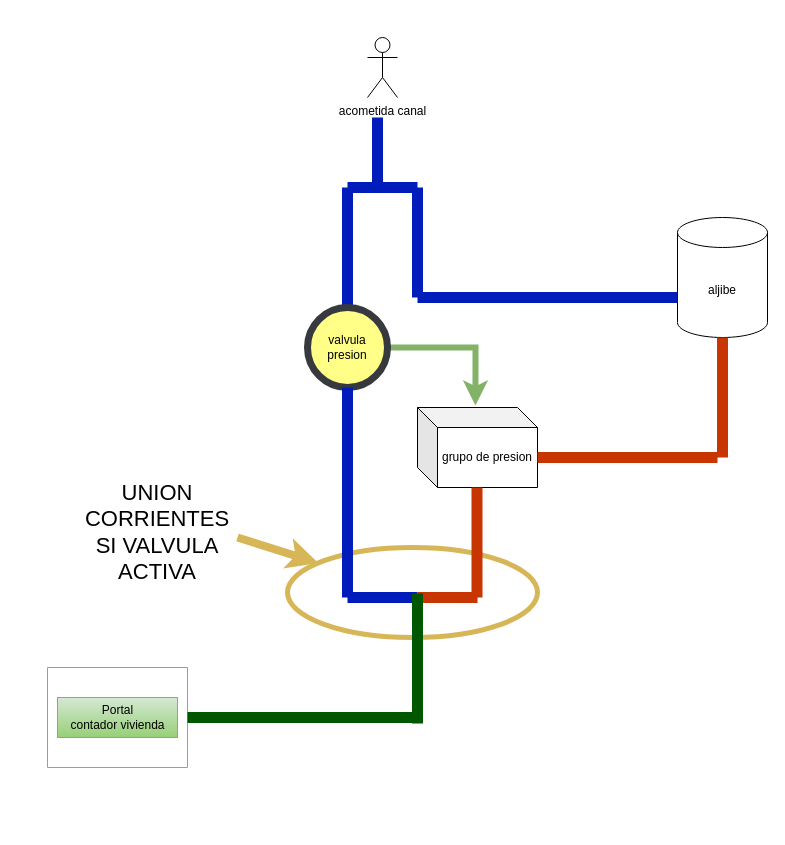
Above: Diagrama sin título.drawio in jeongon/graf.io (draw.io), before the change. Source tidied: cells renumbered, new cells numbered last; positions are measured from the earlier drawing's top-left corner, leaving out a move shared by most shapes. Both pictures are drawn from the tidied source at 100%, with x=0, y=0 at pixel (47, 37).
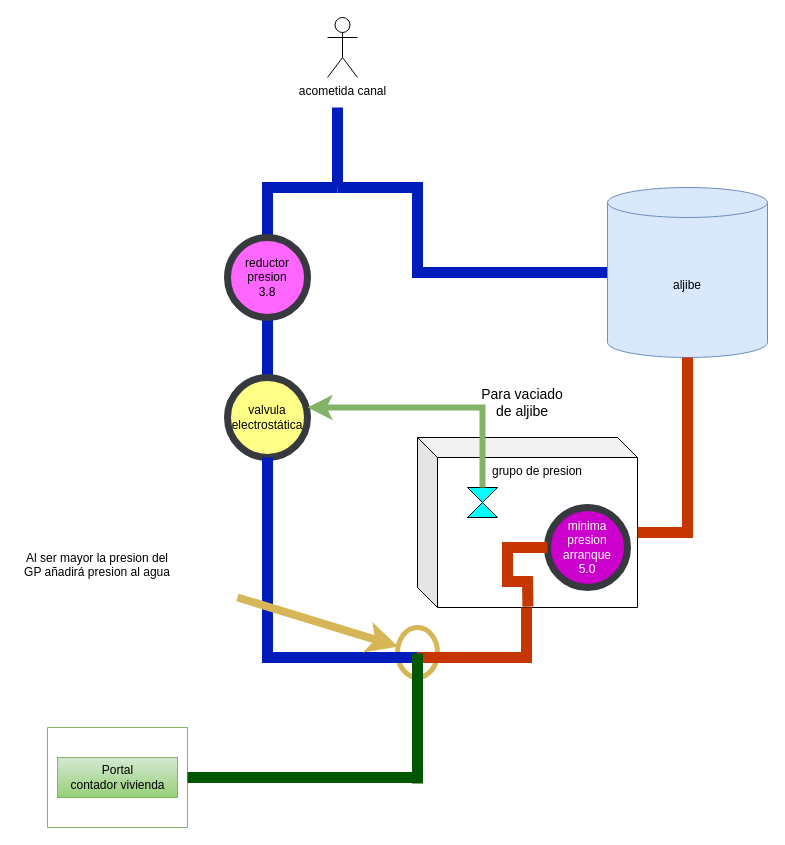
The same diagram, later.

Diff of the diagram source:
```diff
@@
     <mxCell id="2" style="ellipse;whiteSpace=wrap;html=1;fillColor=none;strokeColor=#d6b656;strokeWidth=5;gradientColor=#ffd966;" parent="1" vertex="1">
-      <mxGeometry x="240" y="510" width="250" height="90" as="geometry" />
+      <mxGeometry x="350" y="590" width="40" height="50" as="geometry" />
     </mxCell>
-    <mxCell id="3" style="endArrow=none;html=1;rounded=0;strokeWidth=11;fillColor=#0050ef;strokeColor=#001DBC;" parent="1" edge="1">
-      <mxGeometry relative="1" as="geometry">
-        <mxPoint x="330" y="150" as="sourcePoint" />
-        <mxPoint x="330" y="80" as="targetPoint" />
-      </mxGeometry>
+    <mxCell id="3" style="endArrow=none;html=1;rounded=0;strokeWidth=11;fillColor=#0050ef;strokeColor=#001DBC;exitX=0.5;exitY=0;exitDx=0;exitDy=0;entryX=0.5;entryY=1;entryDx=0;entryDy=0;" parent="1" edge="1" source="7" target="26">
+      <mxGeometry relative="1" as="geometry" />
     </mxCell>
-    <mxCell id="4" style="endArrow=none;html=1;rounded=0;strokeWidth=11;exitX=0.5;exitY=0;exitDx=0;exitDy=0;fillColor=#0050ef;strokeColor=#001DBC;targetPerimeterSpacing=11;" parent="1" edge="1" source="7">
+    <mxCell id="4" style="endArrow=none;html=1;rounded=0;strokeWidth=11;exitX=0.5;exitY=0;exitDx=0;exitDy=0;fillColor=#0050ef;strokeColor=#001DBC;targetPerimeterSpacing=11;" parent="1" edge="1" source="26">
       <mxGeometry relative="1" as="geometry">
-        <mxPoint x="300" y="150" as="targetPoint" />
+        <mxPoint x="290" y="150" as="targetPoint" />
+        <Array as="points">
+          <mxPoint x="220" y="150" />
+        </Array>
       </mxGeometry>
     </mxCell>
-    <mxCell id="5" style="endArrow=none;html=1;rounded=0;strokeWidth=11;fillColor=#0050ef;strokeColor=#001DBC;" parent="1" edge="1">
+    <mxCell id="5" style="endArrow=none;html=1;rounded=0;strokeWidth=11;fillColor=#0050ef;strokeColor=#001DBC;exitX=0;exitY=0.5;exitDx=0;exitDy=0;exitPerimeter=0;" parent="1" edge="1" source="8">
       <mxGeometry relative="1" as="geometry">
-        <mxPoint x="370" y="260" as="sourcePoint" />
-        <mxPoint x="370" y="150" as="targetPoint" />
+        <mxPoint x="290" y="150" as="targetPoint" />
+        <Array as="points">
+          <mxPoint x="370" y="235" />
+          <mxPoint x="370" y="150" />
+        </Array>
       </mxGeometry>
     </mxCell>
-    <mxCell id="6" style="edgeStyle=orthogonalEdgeStyle;rounded=0;jettySize=auto;html=1;entryX=0.483;entryY=-0.025;entryDx=0;entryDy=0;entryPerimeter=0;fillColor=#d5e8d4;strokeColor=#82b366;strokeWidth=6;" parent="1" edge="1" source="7" target="10">
-      <mxGeometry relative="1" as="geometry" />
-    </mxCell>
-    <mxCell id="7" value="valvula presion" style="ellipse;whiteSpace=wrap;html=1;fillColor=#ffff88;strokeColor=#36393d;strokeWidth=7;" parent="1" vertex="1">
-      <mxGeometry x="260" y="270" width="80" height="80" as="geometry" />
+    <mxCell id="7" value="valvula electrostática" style="ellipse;whiteSpace=wrap;html=1;fillColor=#ffff88;strokeColor=#36393d;strokeWidth=7;" parent="1" vertex="1">
+      <mxGeometry x="180" y="340" width="80" height="80" as="geometry" />
     </mxCell>
-    <mxCell id="8" value="aljibe" style="shape=cylinder3;whiteSpace=wrap;html=1;boundedLbl=1;backgroundOutline=1;size=15;" parent="1" vertex="1">
-      <mxGeometry x="630" y="180" width="90" height="120" as="geometry" />
+    <mxCell id="8" value="aljibe" style="shape=cylinder3;whiteSpace=wrap;html=1;boundedLbl=1;backgroundOutline=1;size=15;fillColor=#dae8fc;strokeColor=#6c8ebf;" parent="1" vertex="1">
+      <mxGeometry x="560" y="150" width="160" height="170" as="geometry" />
     </mxCell>
-    <mxCell id="9" style="endArrow=none;html=1;rounded=0;strokeWidth=11;fillColor=#0050ef;strokeColor=#001DBC;endSize=22;targetPerimeterSpacing=24;" parent="1" edge="1">
-      <mxGeometry relative="1" as="geometry">
-        <mxPoint x="630" y="260" as="sourcePoint" />
-        <mxPoint x="370" y="260" as="targetPoint" />
-      </mxGeometry>
-    </mxCell>
-    <mxCell id="10" value="grupo de presion" style="shape=cube;whiteSpace=wrap;html=1;boundedLbl=1;backgroundOutline=1;darkOpacity=0.05;darkOpacity2=0.1;" parent="1" vertex="1">
-      <mxGeometry x="370" y="370" width="120" height="80" as="geometry" />
+    <mxCell id="10" value="grupo de presion" style="shape=cube;whiteSpace=wrap;html=1;boundedLbl=1;backgroundOutline=1;darkOpacity=0.05;darkOpacity2=0.1;verticalAlign=top;" parent="1" vertex="1">
+      <mxGeometry x="370" y="400" width="220" height="170" as="geometry" />
     </mxCell>
     <mxCell id="11" value="acometida canal&lt;br&gt;" style="shape=umlActor;verticalLabelPosition=bottom;verticalAlign=top;html=1;" parent="1" vertex="1">
-      <mxGeometry x="320" width="30" height="60" as="geometry" />
+      <mxGeometry x="280" y="-20" width="30" height="60" as="geometry" />
     </mxCell>
-    <mxCell id="12" style="endArrow=none;html=1;rounded=0;strokeWidth=11;fillColor=#fa6800;strokeColor=#C73500;entryX=0;entryY=0;entryDx=120;entryDy=50;entryPerimeter=0;" parent="1" edge="1" target="10">
-      <mxGeometry relative="1" as="geometry">
-        <mxPoint x="670" y="420" as="sourcePoint" />
-      </mxGeometry>
-    </mxCell>
-    <mxCell id="13" style="endArrow=none;html=1;rounded=0;strokeWidth=11;fillColor=#fa6800;strokeColor=#C73500;entryX=0.5;entryY=1;entryDx=0;entryDy=0;entryPerimeter=0;" parent="1" edge="1" target="8">
+    <mxCell id="13" style="endArrow=none;html=1;rounded=0;strokeWidth=11;fillColor=#fa6800;strokeColor=#C73500;entryX=0.5;entryY=1;entryDx=0;entryDy=0;entryPerimeter=0;exitX=0;exitY=0;exitDx=220;exitDy=95;exitPerimeter=0;" parent="1" edge="1" source="10" target="8">
       <mxGeometry relative="1" as="geometry">
-        <mxPoint x="675" y="420" as="sourcePoint" />
+        <Array as="points">
+          <mxPoint x="640" y="495" />
+        </Array>
       </mxGeometry>
     </mxCell>
     <mxCell id="14" style="endArrow=none;html=1;rounded=0;strokeWidth=11;entryX=0.5;entryY=1;entryDx=0;entryDy=0;fillColor=#0050ef;strokeColor=#001DBC;" parent="1" edge="1" target="7">
       <mxGeometry relative="1" as="geometry">
-        <mxPoint x="300" y="560" as="sourcePoint" />
+        <mxPoint x="370" y="620" as="sourcePoint" />
+        <Array as="points">
+          <mxPoint x="220" y="620" />
+        </Array>
       </mxGeometry>
     </mxCell>
-    <mxCell id="15" style="endArrow=none;html=1;rounded=0;strokeWidth=11;fillColor=#fa6800;strokeColor=#C73500;" parent="1" edge="1">
-      <mxGeometry relative="1" as="geometry">
-        <mxPoint x="429.5" y="560" as="sourcePoint" />
-        <mxPoint x="429.5" y="450" as="targetPoint" />
-      </mxGeometry>
-    </mxCell>
-    <mxCell id="16" style="endArrow=none;html=1;rounded=0;strokeWidth=11;fillColor=#0050ef;strokeColor=#001DBC;" parent="1" edge="1">
-      <mxGeometry relative="1" as="geometry">
-        <mxPoint x="370" y="560" as="sourcePoint" />
-        <mxPoint x="300" y="560" as="targetPoint" />
-      </mxGeometry>
-    </mxCell>
     <mxCell id="17" style="endArrow=none;html=1;rounded=0;strokeWidth=11;fillColor=#fa6800;strokeColor=#C73500;" parent="1" edge="1">
       <mxGeometry relative="1" as="geometry">
-        <mxPoint x="370" y="560" as="sourcePoint" />
-        <mxPoint x="430" y="560" as="targetPoint" />
+        <mxPoint x="370" y="620" as="sourcePoint" />
+        <mxPoint x="479" y="570" as="targetPoint" />
+        <Array as="points">
+          <mxPoint x="479" y="620" />
+        </Array>
       </mxGeometry>
     </mxCell>
     <mxCell id="18" style="endArrow=none;html=1;rounded=0;strokeWidth=11;fillColor=#008a00;strokeColor=#005700;" parent="1" edge="1">
       <mxGeometry relative="1" as="geometry">
-        <mxPoint x="370" y="686" as="sourcePoint" />
-        <mxPoint x="370" y="556" as="targetPoint" />
+        <mxPoint x="370" y="746" as="sourcePoint" />
+        <mxPoint x="370" y="616" as="targetPoint" />
       </mxGeometry>
     </mxCell>
     <mxCell id="19" style="swimlane;startSize=0;fillColor=#d5e8d4;gradientColor=#97d077;strokeColor=#82b366;" parent="1" vertex="1">
-      <mxGeometry y="630" width="140" height="100" as="geometry" />
+      <mxGeometry y="690" width="140" height="100" as="geometry" />
     </mxCell>
@@
     <mxCell id="21" style="endArrow=none;html=1;rounded=0;strokeWidth=11;fillColor=#008a00;strokeColor=#005700;entryX=1;entryY=0.5;entryDx=0;entryDy=0;" parent="1" edge="1" target="19">
       <mxGeometry relative="1" as="geometry">
-        <mxPoint x="370" y="680" as="sourcePoint" />
+        <mxPoint x="370" y="740" as="sourcePoint" />
+        <Array as="points">
+          <mxPoint x="320" y="740" />
+        </Array>
       </mxGeometry>
     </mxCell>
-    <mxCell id="22" style="endArrow=none;html=1;rounded=0;strokeWidth=11;fillColor=#0050ef;strokeColor=#001DBC;" parent="1" edge="1">
-      <mxGeometry relative="1" as="geometry">
-        <mxPoint x="370" y="150" as="sourcePoint" />
-        <mxPoint x="300" y="150" as="targetPoint" />
-      </mxGeometry>
-    </mxCell>
     <mxCell id="23" style="endArrow=classic;html=1;rounded=0;strokeWidth=8;fillColor=#fff2cc;gradientColor=#ffd966;strokeColor=#d6b656;" parent="1" edge="1" target="2">
       <mxGeometry relative="1" as="geometry">
-        <mxPoint x="190" y="500" as="sourcePoint" />
+        <mxPoint x="190" y="560" as="sourcePoint" />
       </mxGeometry>
     </mxCell>
-    <mxCell id="24" value="UNION CORRIENTES&lt;br&gt;SI VALVULA ACTIVA" style="text;html=1;strokeColor=none;fillColor=none;align=center;verticalAlign=middle;whiteSpace=wrap;rounded=0;fontSize=22;" parent="1" vertex="1">
-      <mxGeometry x="80" y="480" width="60" height="30" as="geometry" />
-    </mxCell>
+    <mxCell id="25" style="shape=collate;whiteSpace=wrap;html=1;fillColor=#00FFFF;" parent="1" vertex="1">
+      <mxGeometry x="420" y="450" width="30" height="30" as="geometry" />
+    </mxCell>
+    <mxCell id="26" value="reductor presion&lt;br&gt;3.8" style="ellipse;whiteSpace=wrap;html=1;fillColor=#FF66FF;strokeColor=#36393d;strokeWidth=7;" parent="1" vertex="1">
+      <mxGeometry x="180" y="200" width="80" height="80" as="geometry" />
+    </mxCell>
+    <mxCell id="27" value="minima presion arranque&lt;br&gt;5.0" style="ellipse;whiteSpace=wrap;html=1;fillColor=#CC00CC;strokeColor=#36393d;strokeWidth=7;fontColor=#FFFFFF;" parent="1" vertex="1">
+      <mxGeometry x="500" y="470" width="80" height="80" as="geometry" />
+    </mxCell>
+    <mxCell id="6" style="edgeStyle=orthogonalEdgeStyle;rounded=0;jettySize=auto;html=1;fillColor=#d5e8d4;strokeColor=#82b366;strokeWidth=6;exitX=0.5;exitY=0;exitDx=0;exitDy=0;entryX=1;entryY=0.375;entryDx=0;entryDy=0;entryPerimeter=0;" parent="1" edge="1" source="25" target="7">
+      <mxGeometry relative="1" as="geometry" />
+    </mxCell>
+    <mxCell id="28" value="Para vaciado de aljibe" style="text;html=1;strokeColor=none;fillColor=none;align=center;verticalAlign=middle;whiteSpace=wrap;rounded=0;fontSize=14;" parent="1" vertex="1">
+      <mxGeometry x="430" y="350" width="90" height="30" as="geometry" />
+    </mxCell>
+    <mxCell id="29" style="endArrow=none;html=1;rounded=0;strokeWidth=11;fillColor=#fa6800;strokeColor=#C73500;entryX=0;entryY=0.5;entryDx=0;entryDy=0;exitX=0.502;exitY=0.995;exitDx=0;exitDy=0;exitPerimeter=0;" parent="1" edge="1" source="10" target="27">
+      <mxGeometry relative="1" as="geometry">
+        <Array as="points">
+          <mxPoint x="480" y="544" />
+          <mxPoint x="460" y="544" />
+          <mxPoint x="460" y="510" />
+        </Array>
+      </mxGeometry>
+    </mxCell>
+    <mxCell id="30" value="Al ser mayor la presion del GP añadirá presion al agua&lt;br&gt;&lt;br&gt;" style="text;html=1;strokeColor=none;fillColor=none;align=center;verticalAlign=middle;whiteSpace=wrap;rounded=0;" parent="1" vertex="1">
+      <mxGeometry x="-30" y="510" width="160" height="50" as="geometry" />
+    </mxCell>
+    <mxCell id="31" style="endArrow=none;html=1;rounded=0;strokeWidth=11;fillColor=#0050ef;strokeColor=#001DBC;" parent="1" edge="1">
+      <mxGeometry relative="1" as="geometry">
+        <mxPoint x="290" y="70" as="sourcePoint" />
+        <mxPoint x="290" y="150" as="targetPoint" />
+      </mxGeometry>
+    </mxCell>
```
